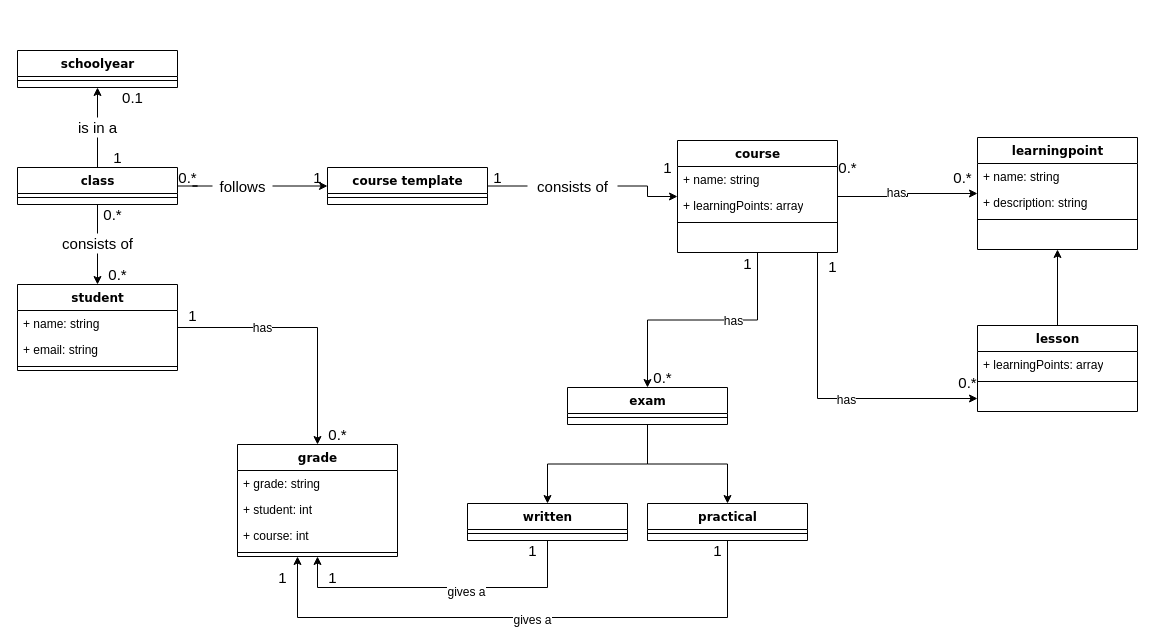
Earlier version of the draw.io diagram docu/diagrams/domain diagram.drawio (D-Hanna-HAN/OOSE). Source tidied: cells renumbered, new cells numbered last; positions are measured from the earlier drawing's top-left corner, leaving out a move shared by most shapes. Both pictures are drawn from the tidied source at 100%, with x=0, y=0 at pixel (17, 50).
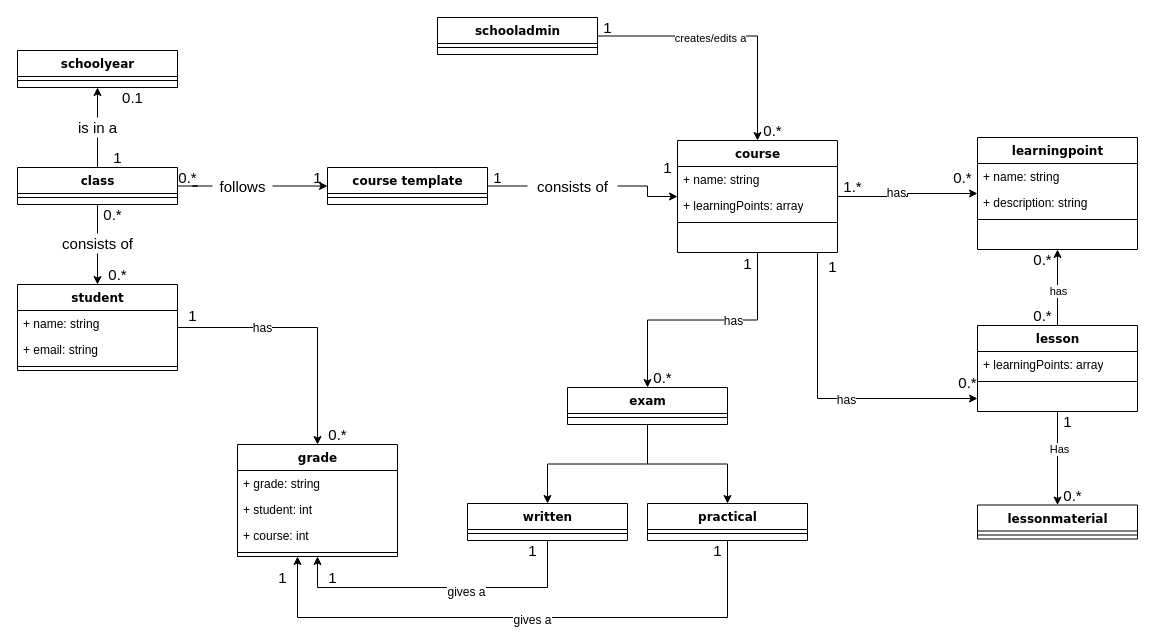
The same diagram, later.

Commit message (it also covers changes not shown here):
updated domain diagram and created FO document

The change refers to these unchanged cells:
```xml
<mxCell id="24" value="course" style="swimlane;html=1;fontStyle=1;align=center;verticalAlign=top;horizontal=1;startSize=26;swimlaneFillColor=#ffffff;rounded=0;shadow=0;comic=0;labelBackgroundColor=none;strokeWidth=1;fillColor=none;fontFamily=Verdana;fontSize=12;" parent="1" vertex="1">
  <mxGeometry x="660" y="90" width="160" height="112" as="geometry" />
</mxCell>
<mxCell id="28" style="edgeStyle=orthogonalEdgeStyle;rounded=0;jettySize=auto;html=1;" parent="1" edge="1" source="29" target="32">
  <mxGeometry relative="1" as="geometry" />
</mxCell>
<mxCell id="29" value="lesson" style="swimlane;html=1;fontStyle=1;align=center;verticalAlign=top;horizontal=1;startSize=26;swimlaneFillColor=#ffffff;rounded=0;shadow=0;comic=0;labelBackgroundColor=none;strokeWidth=1;fillColor=none;fontFamily=Verdana;fontSize=12;" parent="1" vertex="1">
  <mxGeometry x="960" y="275" width="160" height="86" as="geometry" />
</mxCell>
```

What changed in the source:
```diff
@@
+    <mxCell id="81" value="has" style="edgeLabel;html=1;align=center;verticalAlign=middle;" parent="28" vertex="1">
+      <mxGeometry x="-0.09" relative="1" as="geometry" />
+    </mxCell>
+    <mxCell id="82" style="edgeStyle=orthogonalEdgeStyle;rounded=0;jettySize=auto;html=1;" parent="1" edge="1" source="29" target="88">
+      <mxGeometry relative="1" as="geometry" />
+    </mxCell>
+    <mxCell id="83" value="Has" style="edgeLabel;html=1;align=center;verticalAlign=middle;" parent="82" vertex="1">
+      <mxGeometry x="-0.2" y="1" relative="1" as="geometry" />
+    </mxCell>
@@
-    <mxCell id="73" value="&lt;font style=&quot;font-size: 15px&quot;&gt;0.*&lt;/font&gt;" style="text;html=1;align=center;verticalAlign=middle;strokeColor=none;fillColor=none;" parent="1" vertex="1">
-      <mxGeometry x="815" y="107" width="30" height="20" as="geometry" />
+    <mxCell id="73" value="&lt;font style=&quot;font-size: 15px&quot;&gt;1.*&lt;/font&gt;" style="text;html=1;align=center;verticalAlign=middle;strokeColor=none;fillColor=none;" parent="1" vertex="1">
+      <mxGeometry x="820" y="125.5" width="30" height="20" as="geometry" />
     </mxCell>
@@
+    <mxCell id="84" style="edgeStyle=orthogonalEdgeStyle;rounded=0;jettySize=auto;html=1;" parent="1" edge="1" source="86" target="24">
+      <mxGeometry relative="1" as="geometry" />
+    </mxCell>
+    <mxCell id="85" value="creates/edits a" style="edgeLabel;html=1;align=center;verticalAlign=middle;" parent="84" vertex="1">
+      <mxGeometry x="-0.15" y="-1" relative="1" as="geometry">
+        <mxPoint y="1" as="offset" />
+      </mxGeometry>
+    </mxCell>
+    <mxCell id="86" value="schooladmin" style="swimlane;html=1;fontStyle=1;align=center;verticalAlign=top;horizontal=1;startSize=26;swimlaneFillColor=#ffffff;rounded=0;shadow=0;comic=0;labelBackgroundColor=none;strokeWidth=1;fillColor=none;fontFamily=Verdana;fontSize=12;" parent="1" vertex="1">
+      <mxGeometry x="420" y="-33" width="160" height="37" as="geometry" />
+    </mxCell>
+    <mxCell id="87" style="line;html=1;strokeWidth=1;fillColor=none;align=left;verticalAlign=middle;spacingTop=-1;spacingLeft=3;spacingRight=3;labelPosition=right;" parent="86" vertex="1">
+      <mxGeometry y="26" width="160" height="8" as="geometry" />
+    </mxCell>
+    <mxCell id="88" value="lessonmaterial" style="swimlane;html=1;fontStyle=1;align=center;verticalAlign=top;horizontal=1;startSize=26;swimlaneFillColor=#ffffff;rounded=0;shadow=0;comic=0;labelBackgroundColor=none;strokeWidth=1;fillColor=none;fontFamily=Verdana;fontSize=12;" parent="1" vertex="1">
+      <mxGeometry x="960" y="454.5" width="160" height="34" as="geometry" />
+    </mxCell>
+    <mxCell id="89" style="line;html=1;strokeWidth=1;fillColor=none;align=left;verticalAlign=middle;spacingTop=-1;spacingLeft=3;spacingRight=3;labelPosition=right;" parent="88" vertex="1">
+      <mxGeometry y="26" width="160" height="8" as="geometry" />
+    </mxCell>
+    <mxCell id="90" value="&lt;font style=&quot;font-size: 15px&quot;&gt;1&lt;/font&gt;" style="text;html=1;align=center;verticalAlign=middle;strokeColor=none;fillColor=none;" parent="1" vertex="1">
+      <mxGeometry x="1040" y="361" width="20" height="20" as="geometry" />
+    </mxCell>
+    <mxCell id="91" value="&lt;font style=&quot;font-size: 15px&quot;&gt;0.*&lt;/font&gt;" style="text;html=1;align=center;verticalAlign=middle;strokeColor=none;fillColor=none;" parent="1" vertex="1">
+      <mxGeometry x="1040" y="434.5" width="30" height="20" as="geometry" />
+    </mxCell>
+    <mxCell id="92" value="&lt;font style=&quot;font-size: 15px&quot;&gt;1&lt;/font&gt;" style="text;html=1;align=center;verticalAlign=middle;strokeColor=none;fillColor=none;" parent="1" vertex="1">
+      <mxGeometry x="580" y="-33" width="20" height="20" as="geometry" />
+    </mxCell>
+    <mxCell id="93" value="&lt;font style=&quot;font-size: 15px&quot;&gt;0.*&lt;/font&gt;" style="text;html=1;align=center;verticalAlign=middle;strokeColor=none;fillColor=none;" parent="1" vertex="1">
+      <mxGeometry x="740" y="70" width="30" height="20" as="geometry" />
+    </mxCell>
+    <mxCell id="94" value="&lt;font style=&quot;font-size: 15px&quot;&gt;0.*&lt;/font&gt;" style="text;html=1;align=center;verticalAlign=middle;strokeColor=none;fillColor=none;" parent="1" vertex="1">
+      <mxGeometry x="1010" y="255" width="30" height="20" as="geometry" />
+    </mxCell>
+    <mxCell id="95" value="&lt;font style=&quot;font-size: 15px&quot;&gt;0.*&lt;/font&gt;" style="text;html=1;align=center;verticalAlign=middle;strokeColor=none;fillColor=none;" parent="1" vertex="1">
+      <mxGeometry x="1010" y="199" width="30" height="20" as="geometry" />
+    </mxCell>
```
